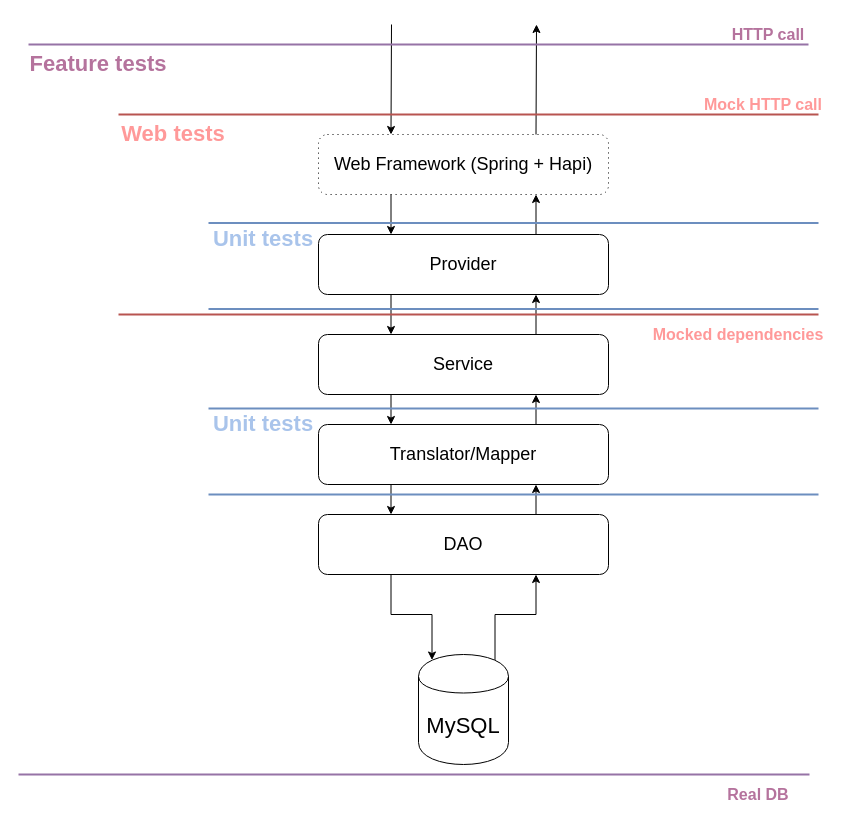
Above: Diagrams/test-strategy.drawio in Open-GP/opengp-architecture (draw.io), before the change. Source tidied: cells renumbered, new cells numbered last; positions are measured from the earlier drawing's top-left corner, leaving out a move shared by most shapes. Both pictures are drawn from the tidied source at 100%, with x=0, y=0 at pixel (18, 24).
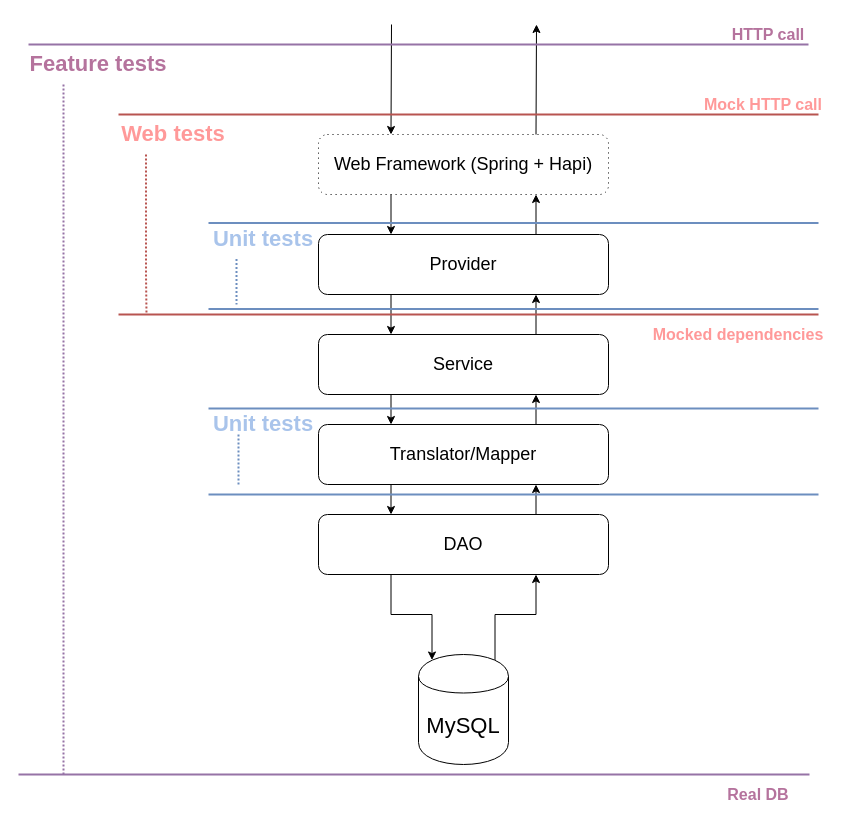
Above is the later version.

Unchanged cells that the change refers to:
```xml
<mxCell id="22" value="Feature tests" style="text;html=1;strokeColor=none;fillColor=none;align=center;verticalAlign=middle;whiteSpace=wrap;rounded=0;dashed=1;dashPattern=1 4;fontSize=22;fontColor=#B5739D;fontStyle=1;" parent="1" vertex="1">
  <mxGeometry x="10" y="20" width="140" height="40" as="geometry" />
</mxCell>
<mxCell id="27" value="Web tests" style="text;html=1;strokeColor=none;fillColor=none;align=center;verticalAlign=middle;whiteSpace=wrap;rounded=0;dashed=1;dashPattern=1 4;fontSize=22;fontStyle=1;fontColor=#FF9999;" parent="1" vertex="1">
  <mxGeometry x="100" y="90" width="110" height="40" as="geometry" />
</mxCell>
<mxCell id="35" value="Unit tests" style="text;html=1;strokeColor=none;fillColor=none;align=center;verticalAlign=middle;whiteSpace=wrap;rounded=0;dashed=1;dashPattern=1 4;fontSize=22;fontStyle=1;fontColor=#A9C4EB;" parent="1" vertex="1">
  <mxGeometry x="190" y="194.5" width="110" height="40" as="geometry" />
</mxCell>
```

Change to the diagram source:
```diff
@@
+    <mxCell id="36" style="edgeStyle=orthogonalEdgeStyle;rounded=0;jettySize=auto;html=1;exitX=0.25;exitY=1;exitDx=0;exitDy=0;strokeWidth=2;fontSize=16;fontColor=#A9C4EB;endArrow=none;endFill=0;dashed=1;dashPattern=1 1;fillColor=#e1d5e7;strokeColor=#9673a6;" parent="1" edge="1" source="22">
+      <mxGeometry relative="1" as="geometry">
+        <mxPoint x="45" y="750" as="targetPoint" />
+      </mxGeometry>
+    </mxCell>
@@
+    <mxCell id="37" style="edgeStyle=orthogonalEdgeStyle;rounded=0;jettySize=auto;html=1;exitX=0.25;exitY=1;exitDx=0;exitDy=0;dashed=1;dashPattern=1 1;endArrow=none;endFill=0;strokeWidth=2;fontSize=16;fontColor=#A9C4EB;fillColor=#f8cecc;strokeColor=#b85450;" parent="1" edge="1" source="27">
+      <mxGeometry relative="1" as="geometry">
+        <mxPoint x="128" y="290" as="targetPoint" />
+        <Array as="points">
+          <mxPoint x="128" y="250" />
+          <mxPoint x="128" y="250" />
+        </Array>
+      </mxGeometry>
+    </mxCell>
@@
+    <mxCell id="38" style="edgeStyle=orthogonalEdgeStyle;rounded=0;jettySize=auto;html=1;exitX=0.25;exitY=1;exitDx=0;exitDy=0;dashed=1;dashPattern=1 1;endArrow=none;endFill=0;strokeWidth=2;fontSize=16;fontColor=#A9C4EB;fillColor=#dae8fc;strokeColor=#6c8ebf;" parent="1" edge="1" source="35">
+      <mxGeometry relative="1" as="geometry">
+        <mxPoint x="218" y="280" as="targetPoint" />
+        <Array as="points">
+          <mxPoint x="218" y="280" />
+          <mxPoint x="218" y="280" />
+        </Array>
+      </mxGeometry>
+    </mxCell>
@@
+    <mxCell id="39" style="edgeStyle=orthogonalEdgeStyle;rounded=0;orthogonalLoop=1;jettySize=auto;html=1;exitX=0.25;exitY=1;exitDx=0;exitDy=0;dashed=1;dashPattern=1 1;endArrow=none;endFill=0;strokeWidth=2;fontSize=16;fontColor=#A9C4EB;fillColor=#dae8fc;strokeColor=#6c8ebf;" parent="1" edge="1">
+      <mxGeometry relative="1" as="geometry">
+        <mxPoint x="220" y="410" as="sourcePoint" />
+        <mxPoint x="220" y="460" as="targetPoint" />
+        <Array as="points">
+          <mxPoint x="220" y="415.5" />
+          <mxPoint x="220" y="415.5" />
+        </Array>
+      </mxGeometry>
+    </mxCell>
```
